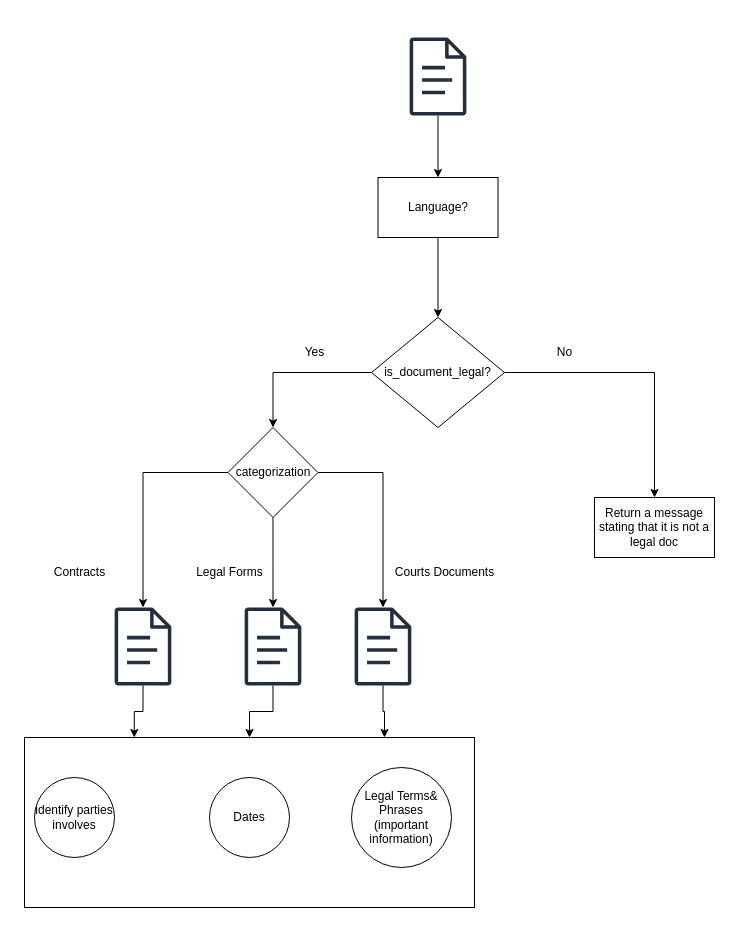
This is NLP_Schema.drawio from HadiAlHassan/IDMS_CME, a draw.io file, before an edit. Source tidied: cells renumbered, new cells numbered last; positions are measured from the earlier drawing's top-left corner, leaving out a move shared by most shapes. Both pictures are drawn from the tidied source at 100%, with x=0, y=0 at pixel (24, 37).
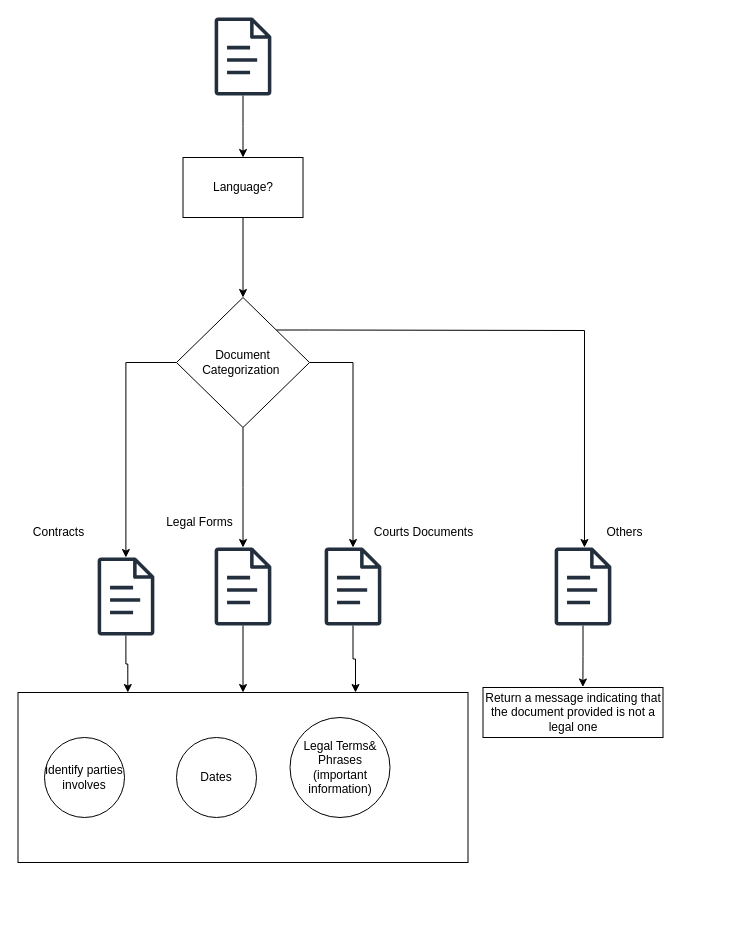
The same diagram, later.

The edit, as a diff of the source:
```diff
@@
     <mxCell id="2" style="whiteSpace=wrap;html=1;fillColor=none;" parent="1" vertex="1">
-      <mxGeometry y="700" width="450" height="170" as="geometry" />
+      <mxGeometry x="-6.5" y="655" width="450" height="170" as="geometry" />
     </mxCell>
@@
     <mxCell id="4" style="sketch=0;outlineConnect=0;fontColor=#232F3E;gradientColor=none;fillColor=#232F3D;strokeColor=none;dashed=0;verticalLabelPosition=bottom;verticalAlign=top;align=center;html=1;fontSize=12;fontStyle=0;shape=mxgraph.aws4.document;" parent="1" vertex="1">
-      <mxGeometry x="385" width="57" height="78" as="geometry" />
+      <mxGeometry x="190" y="-20" width="57" height="78" as="geometry" />
     </mxCell>
-    <mxCell id="5" style="edgeStyle=orthogonalEdgeStyle;rounded=0;jettySize=auto;html=1;exitX=0;exitY=0.5;exitDx=0;exitDy=0;entryX=0.5;entryY=0;entryDx=0;entryDy=0;" parent="1" edge="1" source="7" target="13">
-      <mxGeometry relative="1" as="geometry" />
-    </mxCell>
-    <mxCell id="6" style="edgeStyle=orthogonalEdgeStyle;rounded=0;jettySize=auto;html=1;exitX=1;exitY=0.5;exitDx=0;exitDy=0;entryX=0.5;entryY=0;entryDx=0;entryDy=0;" parent="1" edge="1" source="7" target="26">
-      <mxGeometry relative="1" as="geometry" />
-    </mxCell>
+    <mxCell id="29" style="edgeStyle=orthogonalEdgeStyle;rounded=0;jettySize=auto;html=1;exitX=0;exitY=0.5;exitDx=0;exitDy=0;" parent="1" edge="1" source="7" target="14">
+      <mxGeometry relative="1" as="geometry" />
+    </mxCell>
+    <mxCell id="30" style="edgeStyle=orthogonalEdgeStyle;rounded=0;jettySize=auto;html=1;exitX=0.5;exitY=1;exitDx=0;exitDy=0;" parent="1" edge="1" source="7" target="15">
+      <mxGeometry relative="1" as="geometry" />
+    </mxCell>
+    <mxCell id="31" style="edgeStyle=orthogonalEdgeStyle;rounded=0;jettySize=auto;html=1;exitX=1;exitY=0.5;exitDx=0;exitDy=0;" parent="1" edge="1" source="7" target="16">
+      <mxGeometry relative="1" as="geometry" />
+    </mxCell>
+    <mxCell id="32" style="edgeStyle=orthogonalEdgeStyle;rounded=0;jettySize=auto;html=1;exitX=1;exitY=0;exitDx=0;exitDy=0;entryX=0.526;entryY=0;entryDx=0;entryDy=0;entryPerimeter=0;" parent="1" edge="1" source="7" target="34">
+      <mxGeometry relative="1" as="geometry">
+        <Array as="points">
+          <mxPoint x="285" y="293" />
+          <mxPoint x="560" y="293" />
+        </Array>
+      </mxGeometry>
+    </mxCell>
-    <mxCell id="7" value="is_document_legal?" style="rhombus;whiteSpace=wrap;html=1;" parent="1" vertex="1">
-      <mxGeometry x="347" y="280" width="133" height="110" as="geometry" />
+    <mxCell id="7" value="Document Categorization&amp;nbsp;" style="rhombus;whiteSpace=wrap;html=1;" parent="1" vertex="1">
+      <mxGeometry x="152" y="260" width="133" height="130" as="geometry" />
     </mxCell>
-    <mxCell id="8" value="Yes" style="text;html=1;align=center;verticalAlign=middle;strokeColor=none;fillColor=none;" parent="1" vertex="1">
-      <mxGeometry x="270" y="300" width="40" height="30" as="geometry" />
-    </mxCell>
-    <mxCell id="9" value="No" style="text;html=1;align=center;verticalAlign=middle;strokeColor=none;fillColor=none;" parent="1" vertex="1">
-      <mxGeometry x="520" y="300" width="40" height="30" as="geometry" />
-    </mxCell>
-    <mxCell id="10" style="edgeStyle=orthogonalEdgeStyle;rounded=0;jettySize=auto;html=1;exitX=0;exitY=0.5;exitDx=0;exitDy=0;" parent="1" edge="1" source="13" target="14">
-      <mxGeometry relative="1" as="geometry" />
-    </mxCell>
-    <mxCell id="11" style="edgeStyle=orthogonalEdgeStyle;rounded=0;jettySize=auto;html=1;exitX=0.5;exitY=1;exitDx=0;exitDy=0;" parent="1" edge="1" source="13" target="15">
-      <mxGeometry relative="1" as="geometry" />
-    </mxCell>
-    <mxCell id="12" style="edgeStyle=orthogonalEdgeStyle;rounded=0;jettySize=auto;html=1;exitX=1;exitY=0.5;exitDx=0;exitDy=0;" parent="1" edge="1" source="13" target="16">
-      <mxGeometry relative="1" as="geometry" />
-    </mxCell>
-    <mxCell id="13" value="categorization" style="rhombus;whiteSpace=wrap;html=1;" parent="1" vertex="1">
-      <mxGeometry x="203.5" y="390" width="90" height="90" as="geometry" />
-    </mxCell>
     <mxCell id="14" style="sketch=0;outlineConnect=0;fontColor=#232F3E;gradientColor=none;fillColor=#232F3D;strokeColor=none;dashed=0;verticalLabelPosition=bottom;verticalAlign=top;align=center;html=1;fontSize=12;fontStyle=0;shape=mxgraph.aws4.document;" parent="1" vertex="1">
-      <mxGeometry x="90" y="570" width="57" height="78" as="geometry" />
+      <mxGeometry x="73" y="520" width="57" height="78" as="geometry" />
     </mxCell>
     <mxCell id="15" style="sketch=0;outlineConnect=0;fontColor=#232F3E;gradientColor=none;fillColor=#232F3D;strokeColor=none;dashed=0;verticalLabelPosition=bottom;verticalAlign=top;align=center;html=1;fontSize=12;fontStyle=0;shape=mxgraph.aws4.document;" parent="1" vertex="1">
-      <mxGeometry x="220" y="570" width="57" height="78" as="geometry" />
+      <mxGeometry x="190" y="510" width="57" height="78" as="geometry" />
     </mxCell>
     <mxCell id="16" style="sketch=0;outlineConnect=0;fontColor=#232F3E;gradientColor=none;fillColor=#232F3D;strokeColor=none;dashed=0;verticalLabelPosition=bottom;verticalAlign=top;align=center;html=1;fontSize=12;fontStyle=0;shape=mxgraph.aws4.document;" parent="1" vertex="1">
-      <mxGeometry x="330" y="570" width="57" height="78" as="geometry" />
+      <mxGeometry x="300" y="510" width="57" height="78" as="geometry" />
     </mxCell>
     <mxCell id="17" value="Contracts" style="text;html=1;align=center;verticalAlign=middle;strokeColor=none;fillColor=none;" parent="1" vertex="1">
-      <mxGeometry x="20" y="520" width="70" height="30" as="geometry" />
+      <mxGeometry x="-1.5" y="480" width="70" height="30" as="geometry" />
     </mxCell>
     <mxCell id="18" value="Courts Documents" style="text;html=1;align=center;verticalAlign=middle;strokeColor=none;fillColor=none;" parent="1" vertex="1">
-      <mxGeometry x="360" y="520" width="120" height="30" as="geometry" />
+      <mxGeometry x="338.5" y="480" width="120" height="30" as="geometry" />
     </mxCell>
     <mxCell id="19" value="Legal Forms" style="text;html=1;align=center;verticalAlign=middle;strokeColor=none;fillColor=none;" parent="1" vertex="1">
-      <mxGeometry x="160" y="520" width="90" height="30" as="geometry" />
+      <mxGeometry x="130" y="470" width="90" height="30" as="geometry" />
     </mxCell>
     <mxCell id="20" value="identify parties involves" style="ellipse;whiteSpace=wrap;html=1;" parent="1" vertex="1">
-      <mxGeometry x="10" y="740" width="80" height="80" as="geometry" />
+      <mxGeometry x="20" y="700" width="80" height="80" as="geometry" />
     </mxCell>
     <mxCell id="21" value="Dates" style="ellipse;whiteSpace=wrap;html=1;" parent="1" vertex="1">
-      <mxGeometry x="185" y="740" width="80" height="80" as="geometry" />
+      <mxGeometry x="152" y="700" width="80" height="80" as="geometry" />
     </mxCell>
     <mxCell id="22" value="Legal Terms&amp;amp; Phrases (important information)" style="ellipse;whiteSpace=wrap;html=1;" parent="1" vertex="1">
-      <mxGeometry x="327" y="730" width="100" height="100" as="geometry" />
+      <mxGeometry x="265.5" y="680" width="100" height="100" as="geometry" />
     </mxCell>
@@
-    <mxCell id="25" style="edgeStyle=orthogonalEdgeStyle;rounded=0;jettySize=auto;html=1;entryX=0.8;entryY=0;entryDx=0;entryDy=0;entryPerimeter=0;" parent="1" edge="1" source="16" target="2">
+    <mxCell id="25" style="edgeStyle=orthogonalEdgeStyle;rounded=0;jettySize=auto;html=1;entryX=0.75;entryY=0;entryDx=0;entryDy=0;" parent="1" edge="1" source="16" target="2">
       <mxGeometry relative="1" as="geometry" />
     </mxCell>
-    <mxCell id="26" value="Return a message stating that it is not a legal doc" style="whiteSpace=wrap;html=1;" parent="1" vertex="1">
-      <mxGeometry x="570" y="460" width="120" height="60" as="geometry" />
-    </mxCell>
@@
     <mxCell id="28" value="Language?" style="whiteSpace=wrap;html=1;" parent="1" vertex="1">
-      <mxGeometry x="353.5" y="140" width="120" height="60" as="geometry" />
+      <mxGeometry x="158.5" y="120" width="120" height="60" as="geometry" />
     </mxCell>
+    <mxCell id="33" style="edgeStyle=orthogonalEdgeStyle;rounded=0;jettySize=auto;html=1;entryX=0.555;entryY=-0.01;entryDx=0;entryDy=0;entryPerimeter=0;" parent="1" edge="1" source="34" target="36">
+      <mxGeometry relative="1" as="geometry" />
+    </mxCell>
+    <mxCell id="34" style="sketch=0;outlineConnect=0;fontColor=#232F3E;gradientColor=none;fillColor=#232F3D;strokeColor=none;dashed=0;verticalLabelPosition=bottom;verticalAlign=top;align=center;html=1;fontSize=12;fontStyle=0;shape=mxgraph.aws4.document;" parent="1" vertex="1">
+      <mxGeometry x="530" y="510" width="57" height="78" as="geometry" />
+    </mxCell>
+    <mxCell id="35" value="Others" style="text;html=1;align=center;verticalAlign=middle;strokeColor=none;fillColor=none;" parent="1" vertex="1">
+      <mxGeometry x="570" y="480" width="60" height="30" as="geometry" />
+    </mxCell>
+    <mxCell id="36" value="Return a message indicating that the document provided is not a legal one" style="whiteSpace=wrap;html=1;fillColor=none;" parent="1" vertex="1">
+      <mxGeometry x="458.5" y="650" width="180" height="50" as="geometry" />
+    </mxCell>
```
